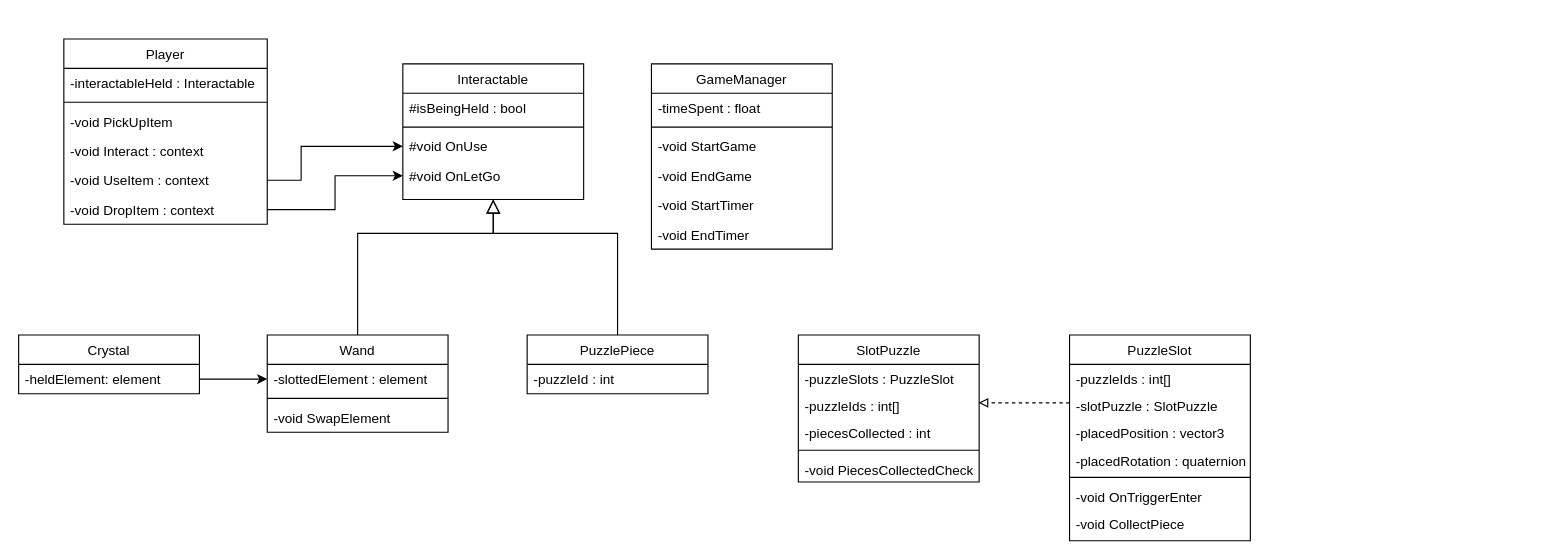
The draw.io diagram WizardTrails.drawio in Yuki103388/Shadow-Sorcerer-, before the edit. Source tidied: cells renumbered, new cells numbered last; positions are measured from the earlier drawing's top-left corner, leaving out a move shared by most shapes. Both pictures are drawn from the tidied source at 113%, with x=0, y=0 at pixel (18, 38).
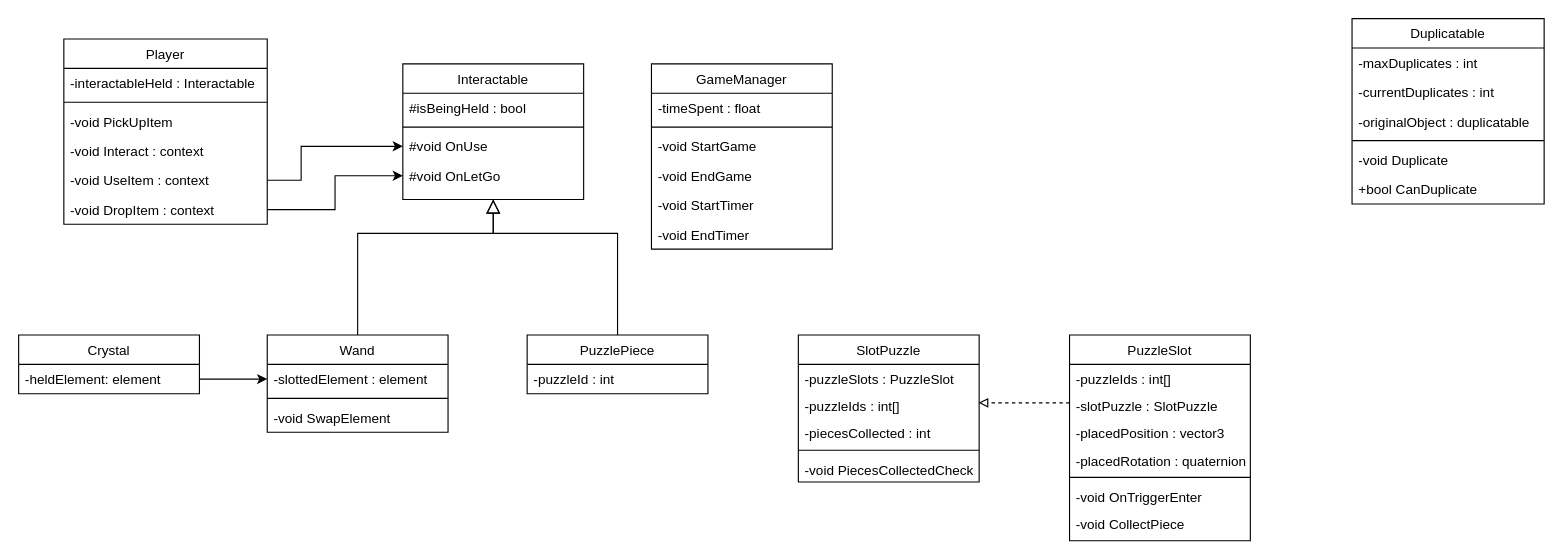
The same diagram, later.

What changed in the source:
```diff
@@
+    <mxCell id="49" value="Duplicatable" style="swimlane;fontStyle=0;align=center;verticalAlign=top;horizontal=1;startSize=26;rounded=0;shadow=0;strokeWidth=1;" parent="1" vertex="1">
+      <mxGeometry x="1180" y="-18" width="170" height="164" as="geometry" />
+    </mxCell>
+    <mxCell id="50" value="-maxDuplicates : int" style="text;align=left;verticalAlign=top;spacingLeft=4;spacingRight=4;overflow=hidden;" parent="49" vertex="1">
+      <mxGeometry y="26" width="170" height="26" as="geometry" />
+    </mxCell>
+    <mxCell id="51" value="-currentDuplicates : int" style="text;align=left;verticalAlign=top;spacingLeft=4;spacingRight=4;overflow=hidden;" parent="49" vertex="1">
+      <mxGeometry y="52" width="170" height="26" as="geometry" />
+    </mxCell>
+    <mxCell id="52" value="-originalObject : duplicatable" style="text;align=left;verticalAlign=top;spacingLeft=4;spacingRight=4;overflow=hidden;" parent="49" vertex="1">
+      <mxGeometry y="78" width="170" height="26" as="geometry" />
+    </mxCell>
+    <mxCell id="53" style="line;html=1;strokeWidth=1;align=left;verticalAlign=middle;spacingTop=-1;spacingLeft=3;spacingRight=3;labelPosition=right;" parent="49" vertex="1">
+      <mxGeometry y="104" width="170" height="8" as="geometry" />
+    </mxCell>
+    <mxCell id="54" value="-void Duplicate" style="text;align=left;verticalAlign=top;spacingLeft=4;spacingRight=4;overflow=hidden;" parent="49" vertex="1">
+      <mxGeometry y="112" width="170" height="26" as="geometry" />
+    </mxCell>
+    <mxCell id="55" value="+bool CanDuplicate" style="text;align=left;verticalAlign=top;spacingLeft=4;spacingRight=4;overflow=hidden;" parent="49" vertex="1">
+      <mxGeometry y="138" width="170" height="26" as="geometry" />
+    </mxCell>
```
